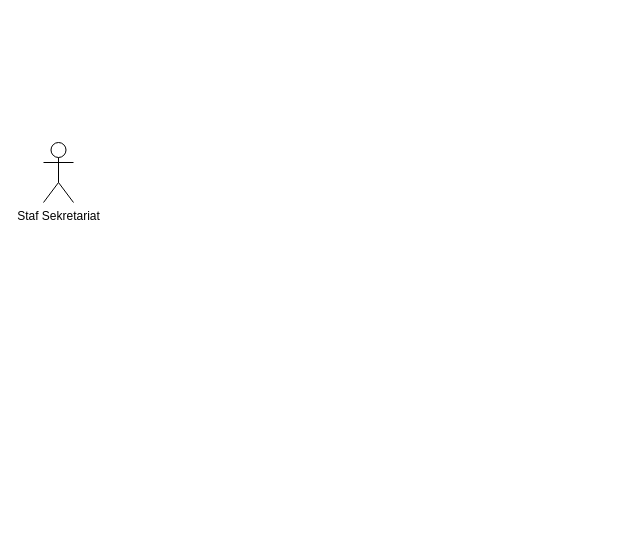
This is Domba-UseCaseDiagram.drawio from reinhaaard13/domba-diagrams, a draw.io file, before an edit. Source tidied: cells renumbered, new cells numbered last; positions are measured from the earlier drawing's top-left corner, leaving out a move shared by most shapes. Both pictures are drawn from the tidied source at 100%, with x=0, y=0 at pixel (43, 142).
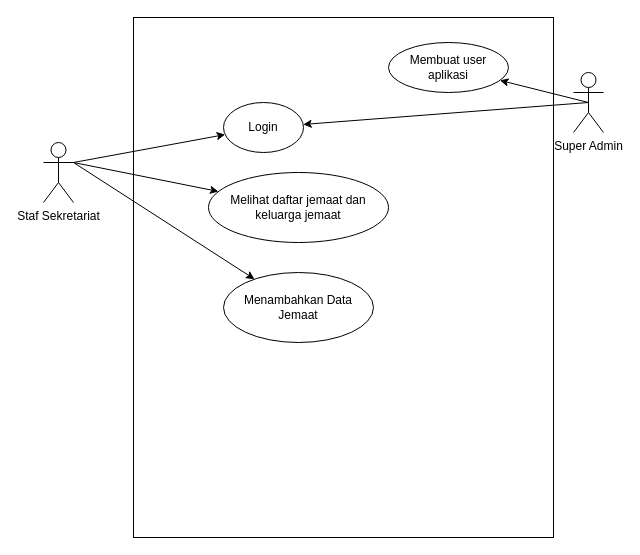
After the change.

What changed in the source:
```diff
@@
 <mxGraphModel>
   <root>
     <mxCell id="0" />
     <mxCell id="1" parent="0" />
+    <mxCell id="3" style="rounded=0;whiteSpace=wrap;html=1;" parent="1" vertex="1">
+      <mxGeometry x="90" y="-125" width="420" height="520" as="geometry" />
+    </mxCell>
+    <mxCell id="4" style="edgeStyle=none;rounded=0;jettySize=auto;html=1;exitX=1;exitY=0.3333333333333333;exitDx=0;exitDy=0;exitPerimeter=0;" parent="1" edge="1" source="2" target="8">
+      <mxGeometry relative="1" as="geometry" />
+    </mxCell>
+    <mxCell id="5" style="edgeStyle=none;rounded=0;jettySize=auto;html=1;exitX=1;exitY=0.3333333333333333;exitDx=0;exitDy=0;exitPerimeter=0;" parent="1" edge="1" source="2" target="9">
+      <mxGeometry relative="1" as="geometry" />
+    </mxCell>
     <mxCell id="2" value="Staf Sekretariat" style="shape=umlActor;verticalLabelPosition=bottom;verticalAlign=top;html=1;outlineConnect=0;" parent="1" vertex="1">
       <mxGeometry width="30" height="60" as="geometry" />
     </mxCell>
+    <mxCell id="6" value="Login" style="ellipse;whiteSpace=wrap;html=1;" parent="1" vertex="1">
+      <mxGeometry x="180" y="-40" width="80" height="50" as="geometry" />
+    </mxCell>
+    <mxCell id="7" style="rounded=0;jettySize=auto;html=1;exitX=1;exitY=0.3333333333333333;exitDx=0;exitDy=0;exitPerimeter=0;" parent="1" edge="1" source="2" target="6">
+      <mxGeometry relative="1" as="geometry" />
+    </mxCell>
+    <mxCell id="8" value="Menambahkan Data Jemaat" style="ellipse;whiteSpace=wrap;html=1;" parent="1" vertex="1">
+      <mxGeometry x="180" y="130" width="150" height="70" as="geometry" />
+    </mxCell>
+    <mxCell id="9" value="Melihat daftar jemaat dan keluarga jemaat" style="ellipse;whiteSpace=wrap;html=1;" parent="1" vertex="1">
+      <mxGeometry x="165" y="30" width="180" height="70" as="geometry" />
+    </mxCell>
+    <mxCell id="10" style="edgeStyle=none;rounded=0;jettySize=auto;html=1;exitX=0.5;exitY=0.5;exitDx=0;exitDy=0;exitPerimeter=0;" parent="1" edge="1" source="12" target="6">
+      <mxGeometry relative="1" as="geometry" />
+    </mxCell>
+    <mxCell id="11" style="edgeStyle=none;rounded=0;jettySize=auto;html=1;exitX=0.5;exitY=0.5;exitDx=0;exitDy=0;exitPerimeter=0;" parent="1" edge="1" source="12" target="13">
+      <mxGeometry relative="1" as="geometry" />
+    </mxCell>
+    <mxCell id="12" value="Super Admin" style="shape=umlActor;verticalLabelPosition=bottom;verticalAlign=top;html=1;outlineConnect=0;" parent="1" vertex="1">
+      <mxGeometry x="530" y="-70" width="30" height="60" as="geometry" />
+    </mxCell>
+    <mxCell id="13" value="Membuat user aplikasi" style="ellipse;whiteSpace=wrap;html=1;" parent="1" vertex="1">
+      <mxGeometry x="345" y="-100" width="120" height="50" as="geometry" />
+    </mxCell>
   </root>
 </mxGraphModel>
```
